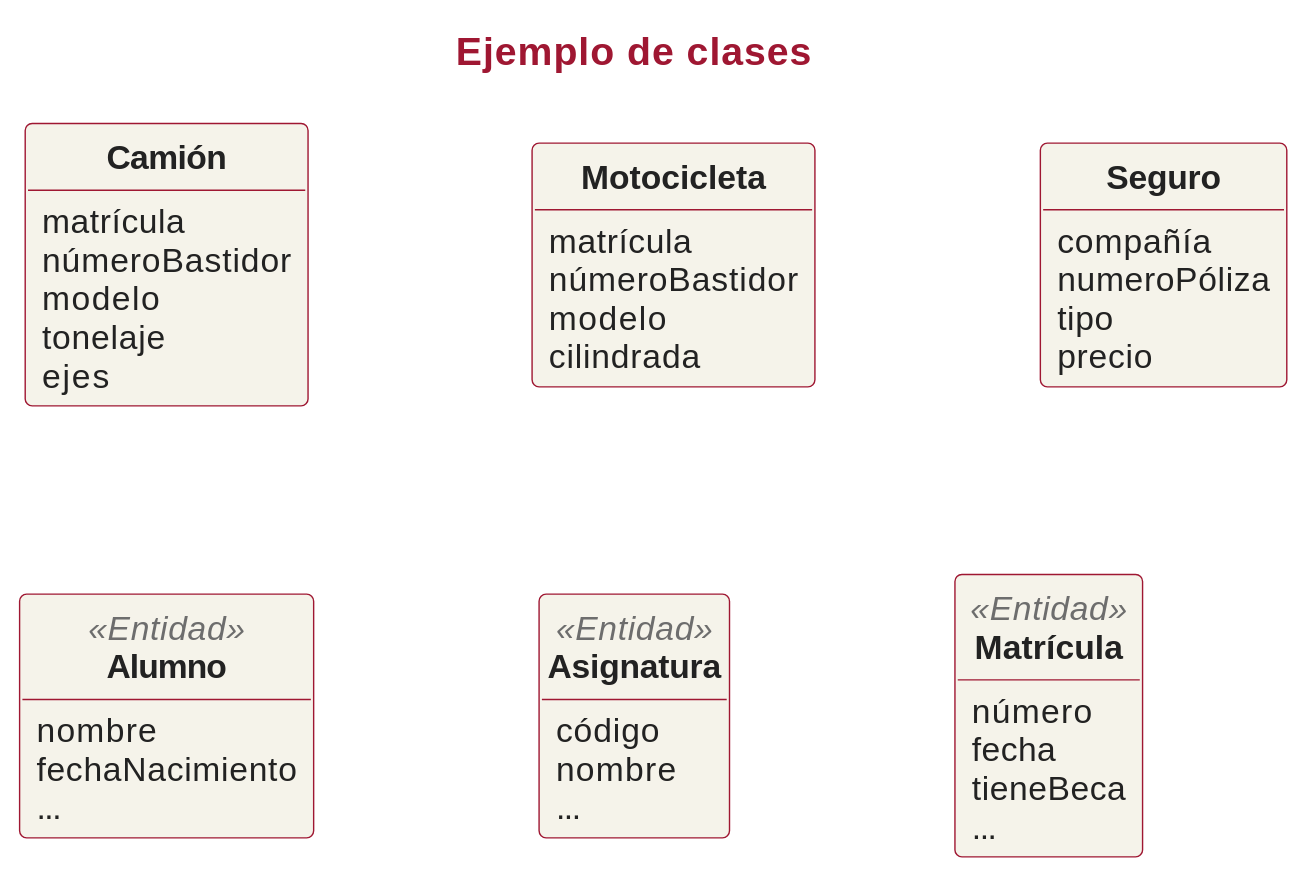
Above: assets/slides/iissi1/t6-introduccion-al-modelado-conceptual/puml/dc-ejemplo-clases.svg in IISSI-US/web (PlantUML), before the change.
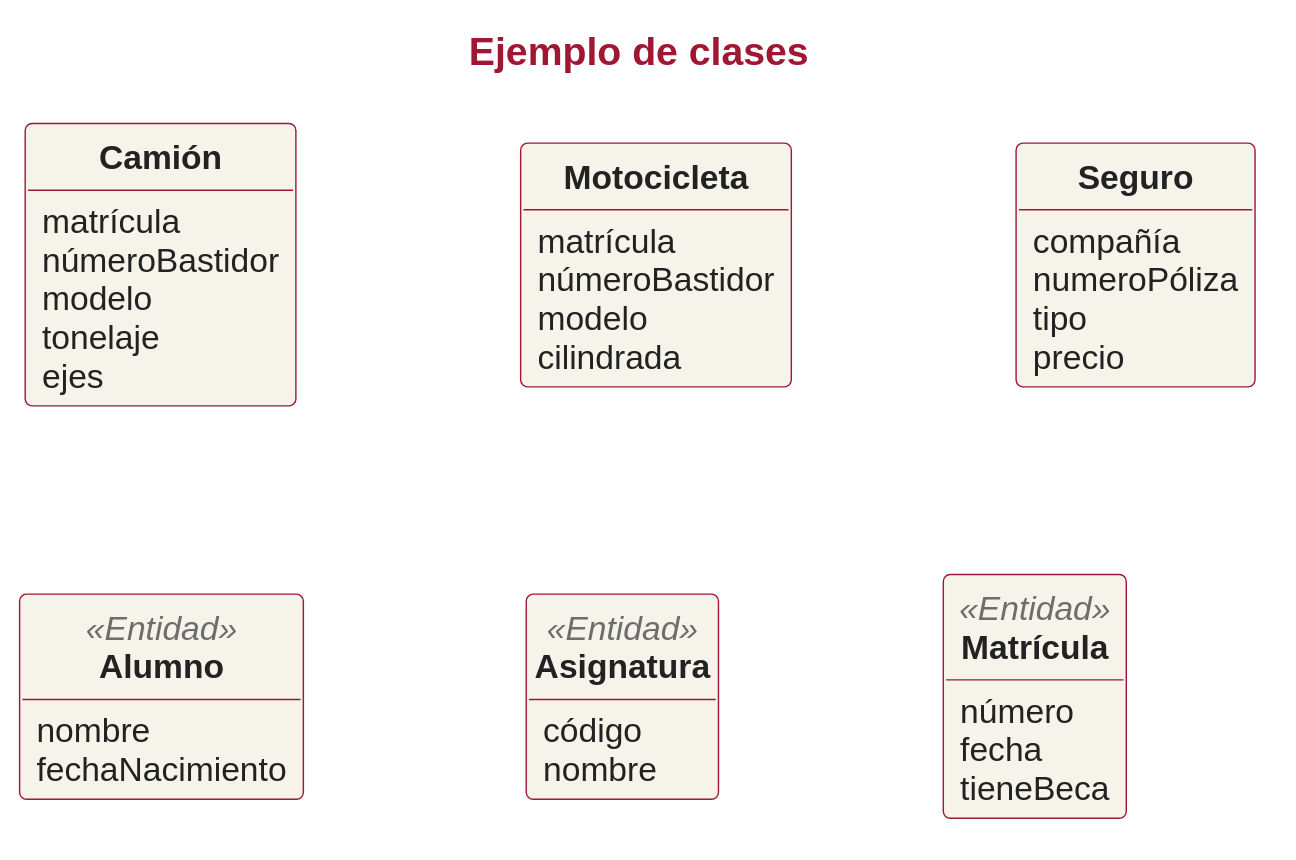
The same diagram one commit later.

Change to the diagram source:
```diff
@@ -2,12 +2,36 @@
 title Ejemplo de clases
 !include ../../puml/teoria.iuml
 
-!include Camion.iuml
-!include Motocicleta.iuml
-!include Seguro.iuml
-!include Alumno.iuml
-!include Asignatura.iuml
-!include Matricula.iuml
-
-
+Class Camión{
+  matrícula
+  númeroBastidor
+  modelo
+  tonelaje
+  ejes
+}
+Class Motocicleta{
+  matrícula
+  númeroBastidor
+  modelo
+  cilindrada
+}
+Class Seguro{
+  compañía
+  numeroPóliza
+  tipo
+  precio
+}
+Class Alumno << Entidad >>{
+nombre
+fechaNacimiento
+}
+Class Asignatura << Entidad >>{
+código
+nombre
+}
+Class Matrícula << Entidad >>{
+número
+fecha
+tieneBeca
+}
 @enduml
```
